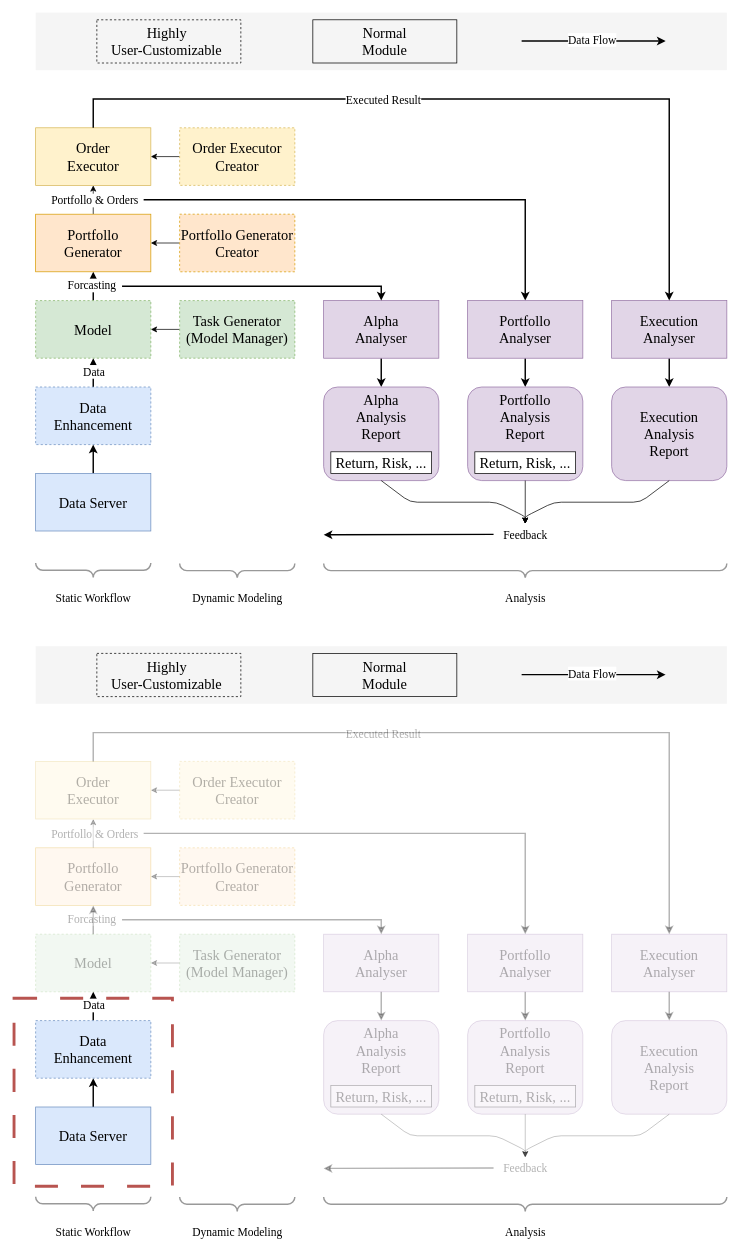
Above: draw/Qlib流程.drawio in zhiyuan5986/draw_io (draw.io), before the change. Source tidied: cells renumbered, new cells numbered last; positions are measured from the earlier drawing's top-left corner, leaving out a move shared by most shapes. Both pictures are drawn from the tidied source at 72%, with x=0, y=0 at pixel (14, 12).
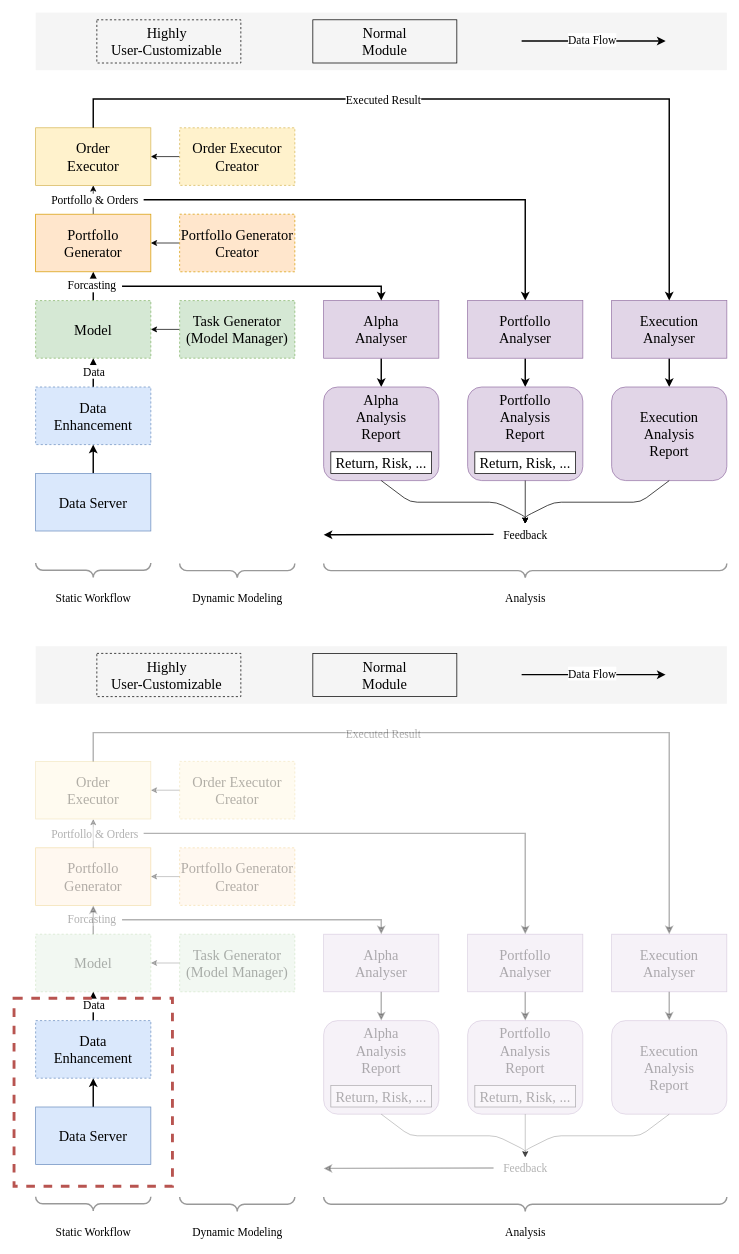
The same page after the edit.

What changed in the source:
```diff
@@
-    <mxCell id="100" style="rounded=0;whiteSpace=wrap;html=1;fillColor=none;strokeColor=#b85450;dashed=1;strokeWidth=4;dashPattern=8 8;" parent="1" vertex="1">
+    <mxCell id="100" style="rounded=0;whiteSpace=wrap;html=1;fillColor=none;strokeColor=#b85450;dashed=1;strokeWidth=4;" parent="1" vertex="1">
       <mxGeometry y="1369" width="220" height="261" as="geometry" />
     </mxCell>
```
